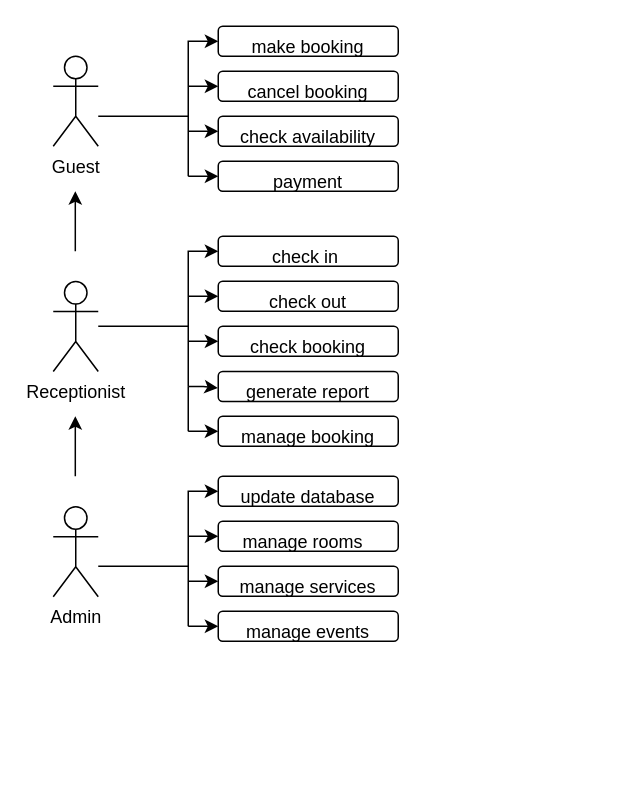
The draw.io diagram use_case.drawio in pomjak/ids, before the edit. Source tidied: cells renumbered, new cells numbered last; positions are measured from the earlier drawing's top-left corner, leaving out a move shared by most shapes. Both pictures are drawn from the tidied source at 150%, with x=0, y=0 at pixel (52, 26).
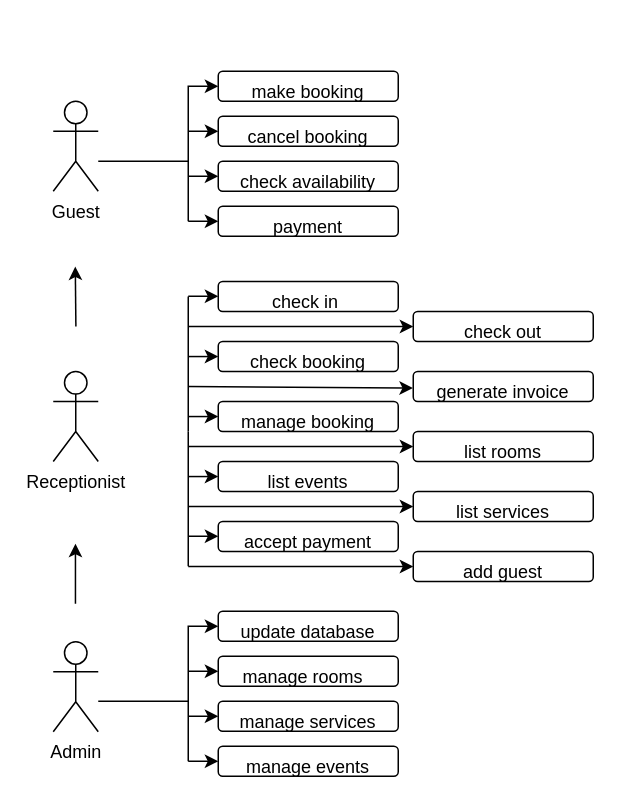
After the change.

The edit, as a diff of the source:
```diff
@@
-    <mxCell id="2" style="edgeStyle=orthogonalEdgeStyle;rounded=0;jettySize=auto;html=1;" parent="1" edge="1" source="3" target="6">
+    <mxCell id="2" style="edgeStyle=orthogonalEdgeStyle;rounded=0;jettySize=auto;html=1;" parent="1" edge="1" target="6">
       <mxGeometry relative="1" as="geometry">
+        <mxPoint x="30" y="90" as="sourcePoint" />
         <Array as="points">
-          <mxPoint x="90" y="60" />
-          <mxPoint x="90" y="10" />
+          <mxPoint x="90" y="90" />
+          <mxPoint x="90" y="40" />
         </Array>
       </mxGeometry>
     </mxCell>
     <mxCell id="3" value="Guest" style="shape=umlActor;verticalLabelPosition=bottom;verticalAlign=top;html=1;outlineConnect=0;" parent="1" vertex="1">
-      <mxGeometry y="20" width="30" height="60" as="geometry" />
+      <mxGeometry y="50" width="30" height="60" as="geometry" />
     </mxCell>
     <mxCell id="4" value="Receptionist" style="shape=umlActor;verticalLabelPosition=bottom;verticalAlign=top;html=1;" parent="1" vertex="1">
-      <mxGeometry y="170.2" width="30" height="60" as="geometry" />
+      <mxGeometry y="230.2" width="30" height="60" as="geometry" />
     </mxCell>
     <mxCell id="5" value="Admin" style="shape=umlActor;verticalLabelPosition=bottom;verticalAlign=top;html=1;" parent="1" vertex="1">
-      <mxGeometry y="320.3" width="30" height="60" as="geometry" />
+      <mxGeometry y="410.3" width="30" height="60" as="geometry" />
     </mxCell>
     <mxCell id="6" value="make booking" style="rounded=1;whiteSpace=wrap;html=1;verticalAlign=top;" parent="1" vertex="1">
-      <mxGeometry x="110" width="120" height="20" as="geometry" />
+      <mxGeometry x="110" y="30" width="120" height="20" as="geometry" />
     </mxCell>
     <mxCell id="7" value="cancel booking" style="rounded=1;whiteSpace=wrap;html=1;verticalAlign=top;" parent="1" vertex="1">
-      <mxGeometry x="110" y="30" width="120" height="20" as="geometry" />
+      <mxGeometry x="110" y="60" width="120" height="20" as="geometry" />
     </mxCell>
     <mxCell id="8" value="check availability" style="rounded=1;whiteSpace=wrap;html=1;verticalAlign=top;" parent="1" vertex="1">
-      <mxGeometry x="110" y="60" width="120" height="20" as="geometry" />
+      <mxGeometry x="110" y="90" width="120" height="20" as="geometry" />
     </mxCell>
     <mxCell id="9" value="payment" style="rounded=1;whiteSpace=wrap;html=1;verticalAlign=top;" parent="1" vertex="1">
-      <mxGeometry x="110" y="90" width="120" height="20" as="geometry" />
+      <mxGeometry x="110" y="120" width="120" height="20" as="geometry" />
     </mxCell>
     <mxCell id="10" style="endArrow=classic;html=1;rounded=0;entryX=0;entryY=0.5;entryDx=0;entryDy=0;endFill=1;" parent="1" edge="1" target="7">
       <mxGeometry relative="1" as="geometry">
-        <mxPoint x="90" y="40" as="sourcePoint" />
+        <mxPoint x="90" y="70" as="sourcePoint" />
       </mxGeometry>
     </mxCell>
     <mxCell id="11" style="endArrow=classic;html=1;rounded=0;entryX=0;entryY=0.5;entryDx=0;entryDy=0;endFill=1;" parent="1" edge="1" target="8">
       <mxGeometry relative="1" as="geometry">
-        <mxPoint x="90" y="70" as="sourcePoint" />
+        <mxPoint x="90" y="100" as="sourcePoint" />
       </mxGeometry>
     </mxCell>
     <mxCell id="12" style="endArrow=classic;html=1;rounded=0;entryX=0;entryY=0.5;entryDx=0;entryDy=0;endFill=1;" parent="1" edge="1" target="9">
       <mxGeometry relative="1" as="geometry">
-        <mxPoint x="90" y="100" as="sourcePoint" />
+        <mxPoint x="90" y="130" as="sourcePoint" />
       </mxGeometry>
     </mxCell>
     <mxCell id="13" style="endArrow=none;html=1;rounded=0;" parent="1" edge="1">
       <mxGeometry relative="1" as="geometry">
-        <mxPoint x="90" y="100" as="sourcePoint" />
-        <mxPoint x="90" y="60" as="targetPoint" />
+        <mxPoint x="90" y="130" as="sourcePoint" />
+        <mxPoint x="90" y="90" as="targetPoint" />
       </mxGeometry>
     </mxCell>
-    <mxCell id="14" style="edgeStyle=orthogonalEdgeStyle;rounded=0;jettySize=auto;html=1;" parent="1" edge="1" target="15">
-      <mxGeometry relative="1" as="geometry">
-        <mxPoint x="30" y="200" as="sourcePoint" />
-        <Array as="points">
-          <mxPoint x="90" y="200" />
-          <mxPoint x="90" y="150" />
-        </Array>
-      </mxGeometry>
-    </mxCell>
     <mxCell id="15" value="check in&lt;span style=&quot;white-space: pre;&quot;&gt; &lt;/span&gt;" style="rounded=1;whiteSpace=wrap;html=1;verticalAlign=top;" parent="1" vertex="1">
-      <mxGeometry x="110" y="140" width="120" height="20" as="geometry" />
+      <mxGeometry x="110" y="170.2" width="120" height="20" as="geometry" />
     </mxCell>
     <mxCell id="16" value="check out" style="rounded=1;whiteSpace=wrap;html=1;verticalAlign=top;" parent="1" vertex="1">
-      <mxGeometry x="110" y="170" width="120" height="20" as="geometry" />
+      <mxGeometry x="240" y="190.2" width="120" height="20" as="geometry" />
     </mxCell>
     <mxCell id="17" value="check booking" style="rounded=1;whiteSpace=wrap;html=1;verticalAlign=top;" parent="1" vertex="1">
-      <mxGeometry x="110" y="200" width="120" height="20" as="geometry" />
+      <mxGeometry x="110" y="210.2" width="120" height="20" as="geometry" />
     </mxCell>
     <mxCell id="18" style="endArrow=classic;html=1;rounded=0;entryX=0;entryY=0.5;entryDx=0;entryDy=0;endFill=1;" parent="1" edge="1" target="16">
       <mxGeometry relative="1" as="geometry">
-        <mxPoint x="90" y="180" as="sourcePoint" />
+        <mxPoint x="90" y="200.2" as="sourcePoint" />
       </mxGeometry>
     </mxCell>
     <mxCell id="19" style="endArrow=classic;html=1;rounded=0;entryX=0;entryY=0.5;entryDx=0;entryDy=0;endFill=1;" parent="1" edge="1" target="17">
       <mxGeometry relative="1" as="geometry">
-        <mxPoint x="90" y="210" as="sourcePoint" />
+        <mxPoint x="90" y="220.2" as="sourcePoint" />
       </mxGeometry>
     </mxCell>
     <mxCell id="20" style="endArrow=none;html=1;rounded=0;" parent="1" edge="1">
       <mxGeometry relative="1" as="geometry">
-        <mxPoint x="90" y="240" as="sourcePoint" />
-        <mxPoint x="90" y="200" as="targetPoint" />
+        <mxPoint x="90" y="270.2" as="sourcePoint" />
+        <mxPoint x="90" y="180.2" as="targetPoint" />
       </mxGeometry>
     </mxCell>
     <mxCell id="21" style="edgeStyle=orthogonalEdgeStyle;rounded=0;jettySize=auto;html=1;" parent="1" edge="1" target="22">
       <mxGeometry relative="1" as="geometry">
-        <mxPoint x="30" y="360" as="sourcePoint" />
+        <mxPoint x="30" y="450" as="sourcePoint" />
         <Array as="points">
-          <mxPoint x="90" y="360" />
-          <mxPoint x="90" y="310" />
+          <mxPoint x="90" y="450" />
+          <mxPoint x="90" y="400" />
         </Array>
       </mxGeometry>
     </mxCell>
     <mxCell id="22" value="update database" style="rounded=1;whiteSpace=wrap;html=1;verticalAlign=top;" parent="1" vertex="1">
-      <mxGeometry x="110" y="300" width="120" height="20" as="geometry" />
+      <mxGeometry x="110" y="390" width="120" height="20" as="geometry" />
     </mxCell>
     <mxCell id="23" value="manage rooms&amp;nbsp;&amp;nbsp;" style="rounded=1;whiteSpace=wrap;html=1;verticalAlign=top;" parent="1" vertex="1">
-      <mxGeometry x="110" y="330" width="120" height="20" as="geometry" />
+      <mxGeometry x="110" y="420" width="120" height="20" as="geometry" />
     </mxCell>
     <mxCell id="24" value="manage services" style="rounded=1;whiteSpace=wrap;html=1;verticalAlign=top;" parent="1" vertex="1">
-      <mxGeometry x="110" y="360" width="120" height="20" as="geometry" />
+      <mxGeometry x="110" y="450" width="120" height="20" as="geometry" />
     </mxCell>
     <mxCell id="25" style="endArrow=classic;html=1;rounded=0;entryX=0;entryY=0.5;entryDx=0;entryDy=0;endFill=1;" parent="1" edge="1" target="23">
       <mxGeometry relative="1" as="geometry">
-        <mxPoint x="90" y="340" as="sourcePoint" />
+        <mxPoint x="90" y="430" as="sourcePoint" />
       </mxGeometry>
     </mxCell>
     <mxCell id="26" style="endArrow=classic;html=1;rounded=0;entryX=0;entryY=0.5;entryDx=0;entryDy=0;endFill=1;" parent="1" edge="1" target="24">
       <mxGeometry relative="1" as="geometry">
-        <mxPoint x="90" y="370" as="sourcePoint" />
+        <mxPoint x="90" y="460" as="sourcePoint" />
       </mxGeometry>
     </mxCell>
     <mxCell id="27" style="endArrow=classic;html=1;rounded=0;entryX=0;entryY=0.5;entryDx=0;entryDy=0;endFill=1;" parent="1" edge="1">
       <mxGeometry relative="1" as="geometry">
-        <mxPoint x="90" y="400" as="sourcePoint" />
-        <mxPoint x="110" y="400" as="targetPoint" />
+        <mxPoint x="90" y="490" as="sourcePoint" />
+        <mxPoint x="110" y="490" as="targetPoint" />
       </mxGeometry>
     </mxCell>
     <mxCell id="28" style="endArrow=none;html=1;rounded=0;" parent="1" edge="1">
       <mxGeometry relative="1" as="geometry">
-        <mxPoint x="90" y="400" as="sourcePoint" />
-        <mxPoint x="90" y="360" as="targetPoint" />
+        <mxPoint x="90" y="490" as="sourcePoint" />
+        <mxPoint x="90" y="450" as="targetPoint" />
       </mxGeometry>
     </mxCell>
-    <mxCell id="29" value="generate report" style="rounded=1;whiteSpace=wrap;html=1;verticalAlign=top;" parent="1" vertex="1">
-      <mxGeometry x="110" y="230.2" width="120" height="20" as="geometry" />
+    <mxCell id="29" value="generate invoice" style="rounded=1;whiteSpace=wrap;html=1;verticalAlign=top;" parent="1" vertex="1">
+      <mxGeometry x="240" y="230.2" width="120" height="20" as="geometry" />
     </mxCell>
     <mxCell id="30" style="endArrow=classic;html=1;rounded=0;entryX=-0.002;entryY=0.55;entryDx=0;entryDy=0;endFill=1;entryPerimeter=0;" parent="1" edge="1" target="29">
       <mxGeometry relative="1" as="geometry">
         <mxPoint x="90" y="240.2" as="sourcePoint" />
-        <Array as="points">
-          <mxPoint x="100" y="240.2" />
-        </Array>
       </mxGeometry>
     </mxCell>
     <mxCell id="31" value="manage booking" style="rounded=1;whiteSpace=wrap;html=1;verticalAlign=top;" parent="1" vertex="1">
-      <mxGeometry x="110" y="260" width="120" height="20" as="geometry" />
+      <mxGeometry x="110" y="250.2" width="120" height="20" as="geometry" />
     </mxCell>
     <mxCell id="32" style="endArrow=classic;html=1;rounded=0;entryX=0;entryY=0.5;entryDx=0;entryDy=0;endFill=1;" parent="1" edge="1" target="31">
       <mxGeometry relative="1" as="geometry">
-        <mxPoint x="90" y="270" as="sourcePoint" />
+        <mxPoint x="90" y="260.2" as="sourcePoint" />
       </mxGeometry>
     </mxCell>
     <mxCell id="33" style="endArrow=none;html=1;rounded=0;" parent="1" edge="1">
       <mxGeometry relative="1" as="geometry">
-        <mxPoint x="90" y="270" as="sourcePoint" />
-        <mxPoint x="90" y="240" as="targetPoint" />
+        <mxPoint x="90" y="360" as="sourcePoint" />
+        <mxPoint x="90" y="270.2" as="targetPoint" />
       </mxGeometry>
     </mxCell>
     <mxCell id="34" value="manage events" style="rounded=1;whiteSpace=wrap;html=1;verticalAlign=top;" parent="1" vertex="1">
-      <mxGeometry x="110" y="390" width="120" height="20" as="geometry" />
+      <mxGeometry x="110" y="480" width="120" height="20" as="geometry" />
     </mxCell>
     <mxCell id="35" style="endArrow=classic;html=1;rounded=0;endFill=1;" parent="1" edge="1">
       <mxGeometry relative="1" as="geometry">
-        <mxPoint x="14.7" y="150" as="sourcePoint" />
-        <mxPoint x="14.7" y="110" as="targetPoint" />
+        <mxPoint x="15.1" y="200.2" as="sourcePoint" />
+        <mxPoint x="14.7" y="160.2" as="targetPoint" />
       </mxGeometry>
     </mxCell>
     <mxCell id="36" style="endArrow=classic;html=1;rounded=0;endFill=1;" parent="1" edge="1">
       <mxGeometry relative="1" as="geometry">
-        <mxPoint x="14.7" y="300" as="sourcePoint" />
-        <mxPoint x="14.7" y="260" as="targetPoint" />
+        <mxPoint x="14.8" y="385" as="sourcePoint" />
+        <mxPoint x="14.8" y="345" as="targetPoint" />
       </mxGeometry>
     </mxCell>
+    <mxCell id="37" value="list rooms" style="rounded=1;whiteSpace=wrap;html=1;verticalAlign=top;" parent="1" vertex="1">
+      <mxGeometry x="240" y="270.2" width="120" height="20" as="geometry" />
+    </mxCell>
+    <mxCell id="38" value="list events" style="rounded=1;whiteSpace=wrap;html=1;verticalAlign=top;" parent="1" vertex="1">
+      <mxGeometry x="110" y="290.2" width="120" height="20" as="geometry" />
+    </mxCell>
+    <mxCell id="39" value="list services" style="rounded=1;whiteSpace=wrap;html=1;verticalAlign=top;" parent="1" vertex="1">
+      <mxGeometry x="240" y="310.2" width="120" height="20" as="geometry" />
+    </mxCell>
+    <mxCell id="40" style="endArrow=classic;html=1;rounded=0;entryX=0;entryY=0.5;entryDx=0;entryDy=0;endFill=1;" parent="1" edge="1" target="38">
+      <mxGeometry relative="1" as="geometry">
+        <mxPoint x="90" y="300.2" as="sourcePoint" />
+      </mxGeometry>
+    </mxCell>
+    <mxCell id="41" style="endArrow=classic;html=1;rounded=0;entryX=0;entryY=0.5;entryDx=0;entryDy=0;endFill=1;" parent="1" edge="1" target="39">
+      <mxGeometry relative="1" as="geometry">
+        <mxPoint x="90" y="320.2" as="sourcePoint" />
+      </mxGeometry>
+    </mxCell>
+    <mxCell id="42" value="accept payment" style="rounded=1;whiteSpace=wrap;html=1;verticalAlign=top;" parent="1" vertex="1">
+      <mxGeometry x="110" y="330.2" width="120" height="20" as="geometry" />
+    </mxCell>
+    <mxCell id="43" style="endArrow=classic;html=1;rounded=0;entryX=0;entryY=0.5;entryDx=0;entryDy=0;endFill=1;" parent="1" edge="1" target="37">
+      <mxGeometry relative="1" as="geometry">
+        <mxPoint x="90" y="280.2" as="sourcePoint" />
+      </mxGeometry>
+    </mxCell>
+    <mxCell id="44" style="endArrow=classic;html=1;rounded=0;entryX=0;entryY=0.5;entryDx=0;entryDy=0;endFill=1;" parent="1" edge="1">
+      <mxGeometry relative="1" as="geometry">
+        <mxPoint x="90" y="180" as="sourcePoint" />
+        <mxPoint x="110" y="180" as="targetPoint" />
+      </mxGeometry>
+    </mxCell>
+    <mxCell id="45" style="endArrow=classic;html=1;rounded=0;entryX=0;entryY=0.5;entryDx=0;entryDy=0;endFill=1;" parent="1" edge="1">
+      <mxGeometry relative="1" as="geometry">
+        <mxPoint x="90" y="340" as="sourcePoint" />
+        <mxPoint x="110" y="340" as="targetPoint" />
+      </mxGeometry>
+    </mxCell>
+    <mxCell id="46" value="add guest" style="rounded=1;whiteSpace=wrap;html=1;verticalAlign=top;" parent="1" vertex="1">
+      <mxGeometry x="240" y="350.2" width="120" height="20" as="geometry" />
+    </mxCell>
+    <mxCell id="47" style="endArrow=classic;html=1;rounded=0;entryX=0;entryY=0.5;entryDx=0;entryDy=0;endFill=1;" parent="1" edge="1" target="46">
+      <mxGeometry relative="1" as="geometry">
+        <mxPoint x="90" y="360.2" as="sourcePoint" />
+      </mxGeometry>
+    </mxCell>
```
